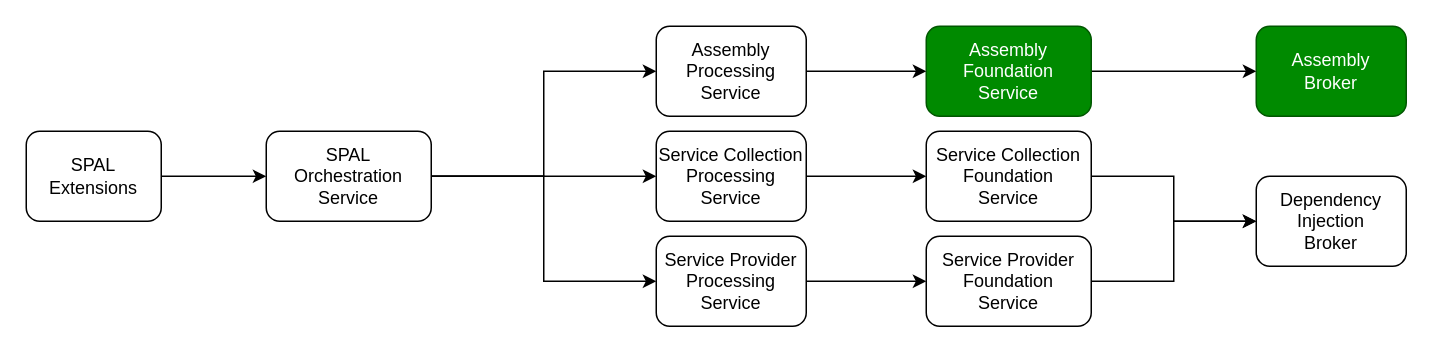
The draw.io diagram page "STX.SPAL.Core" (2 of 3) of STX.SPAL.Core/Resources/Diagrams/diagram.drawio in The-Standard-Organization/STX.SPAL.Core, before the edit. Source tidied: cells renumbered, new cells numbered last; positions are measured from the earlier drawing's top-left corner, leaving out a move shared by most shapes. Both pictures are drawn from the tidied source at 150%, with x=0, y=0 at pixel (26, 26).
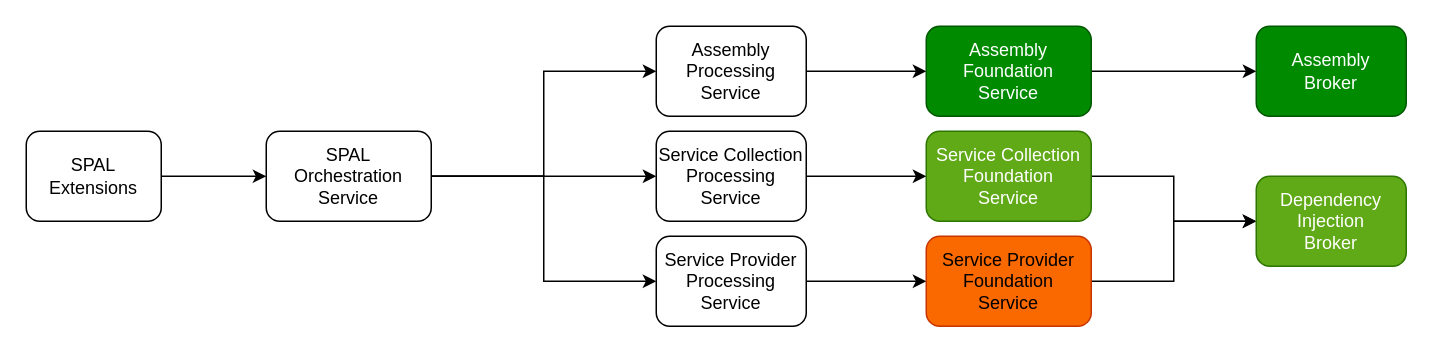
Above is the later version.

What changed in the source:
```diff
@@
-    <mxCell id="14" value="Service Provider&lt;br&gt;Foundation&lt;br&gt;Service" style="rounded=1;whiteSpace=wrap;html=1;" parent="1" vertex="1">
+    <mxCell id="14" value="Service Provider&lt;br&gt;Foundation&lt;br&gt;Service" style="rounded=1;whiteSpace=wrap;html=1;fillColor=#fa6800;fontColor=#000000;strokeColor=#C73500;" parent="1" vertex="1">
       <mxGeometry x="600" y="140" width="110" height="60" as="geometry" />
     </mxCell>
@@
-    <mxCell id="18" value="Service Collection&lt;br&gt;Foundation&lt;br&gt;Service" style="rounded=1;whiteSpace=wrap;html=1;" parent="1" vertex="1">
+    <mxCell id="18" value="Service Collection&lt;br&gt;Foundation&lt;br&gt;Service" style="rounded=1;whiteSpace=wrap;html=1;fillColor=#60a917;fontColor=#ffffff;strokeColor=#2D7600;" parent="1" vertex="1">
       <mxGeometry x="600" y="70" width="110" height="60" as="geometry" />
     </mxCell>
@@
-    <mxCell id="21" value="Dependency&lt;br&gt;Injection&lt;br&gt;Broker" style="rounded=1;whiteSpace=wrap;html=1;" parent="1" vertex="1">
+    <mxCell id="21" value="Dependency&lt;br&gt;Injection&lt;br&gt;Broker" style="rounded=1;whiteSpace=wrap;html=1;fillColor=#60a917;fontColor=#ffffff;strokeColor=#2D7600;" parent="1" vertex="1">
       <mxGeometry x="820" y="100" width="100" height="60" as="geometry" />
     </mxCell>
```
